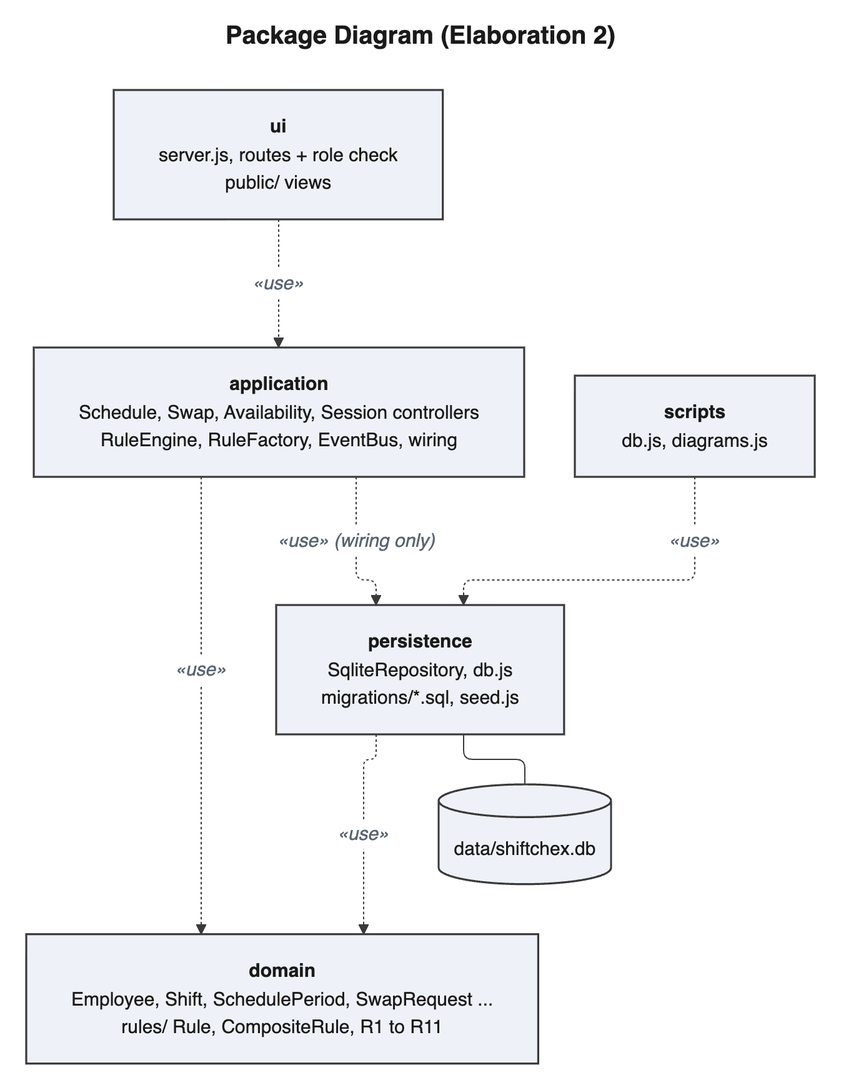
The Mermaid diagram diagrams/images/design/packages.png in perfettiful/ShiftChex, before a commit. Its source is kept beside it as diagrams/mmd/design/packages.mmd.
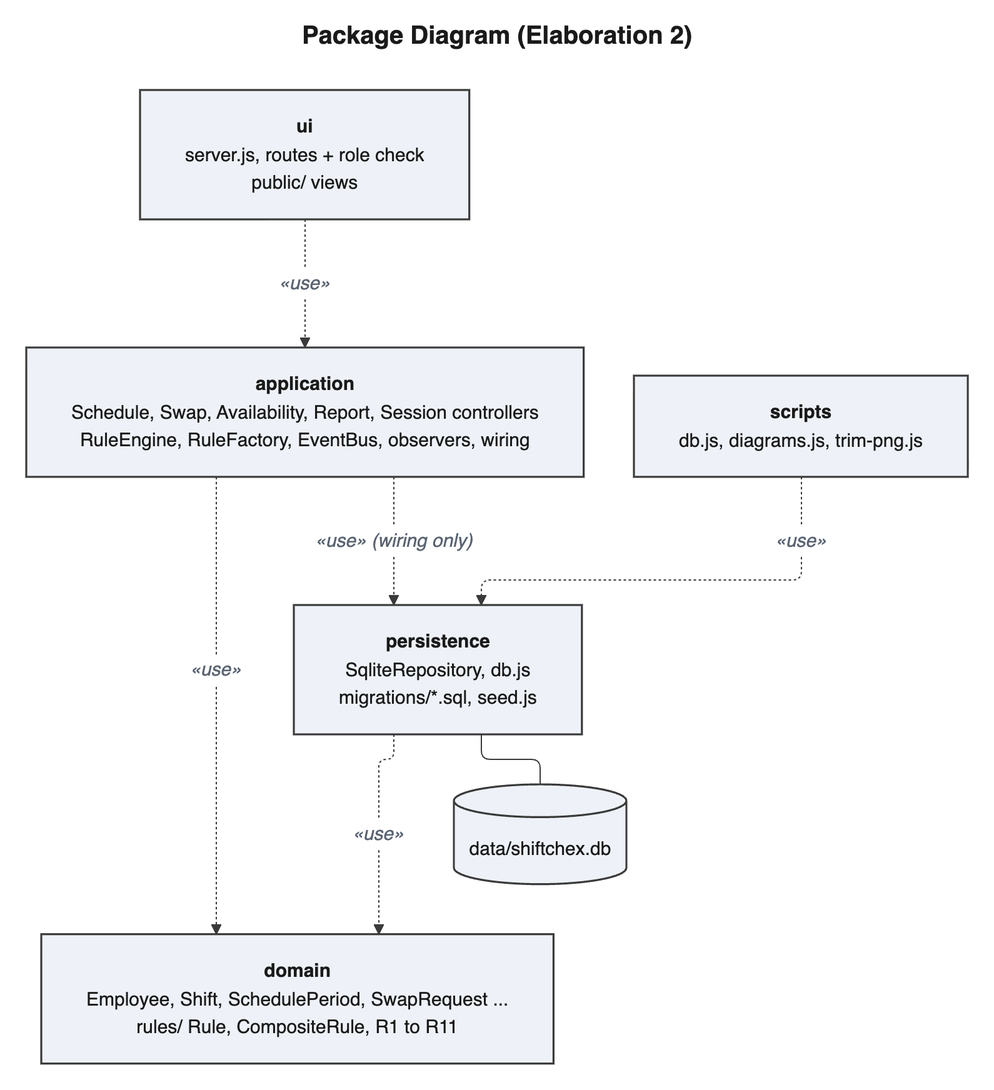
The same diagram one commit later.

The edit, as a diff of the source:
```diff
@@ -7,10 +7,10 @@
 ---
 flowchart TB
     ui["<b>ui</b><br/>server.js, routes + role check<br/>public/ views"]
-    application["<b>application</b><br/>Schedule, Swap, Availability, Session controllers<br/>RuleEngine, RuleFactory, EventBus, wiring"]
+    application["<b>application</b><br/>Schedule, Swap, Availability, Report, Session controllers<br/>RuleEngine, RuleFactory, EventBus, observers, wiring"]
     domain["<b>domain</b><br/>Employee, Shift, SchedulePeriod, SwapRequest ...<br/>rules/ Rule, CompositeRule, R1 to R11"]
     persistence["<b>persistence</b><br/>SqliteRepository, db.js<br/>migrations/*.sql, seed.js"]
-    scripts["<b>scripts</b><br/>db.js, diagrams.js"]
+    scripts["<b>scripts</b><br/>db.js, diagrams.js, trim-png.js"]
     db[("data/shiftchex.db")]
 
     ui -. "«use»" .-> application
```
